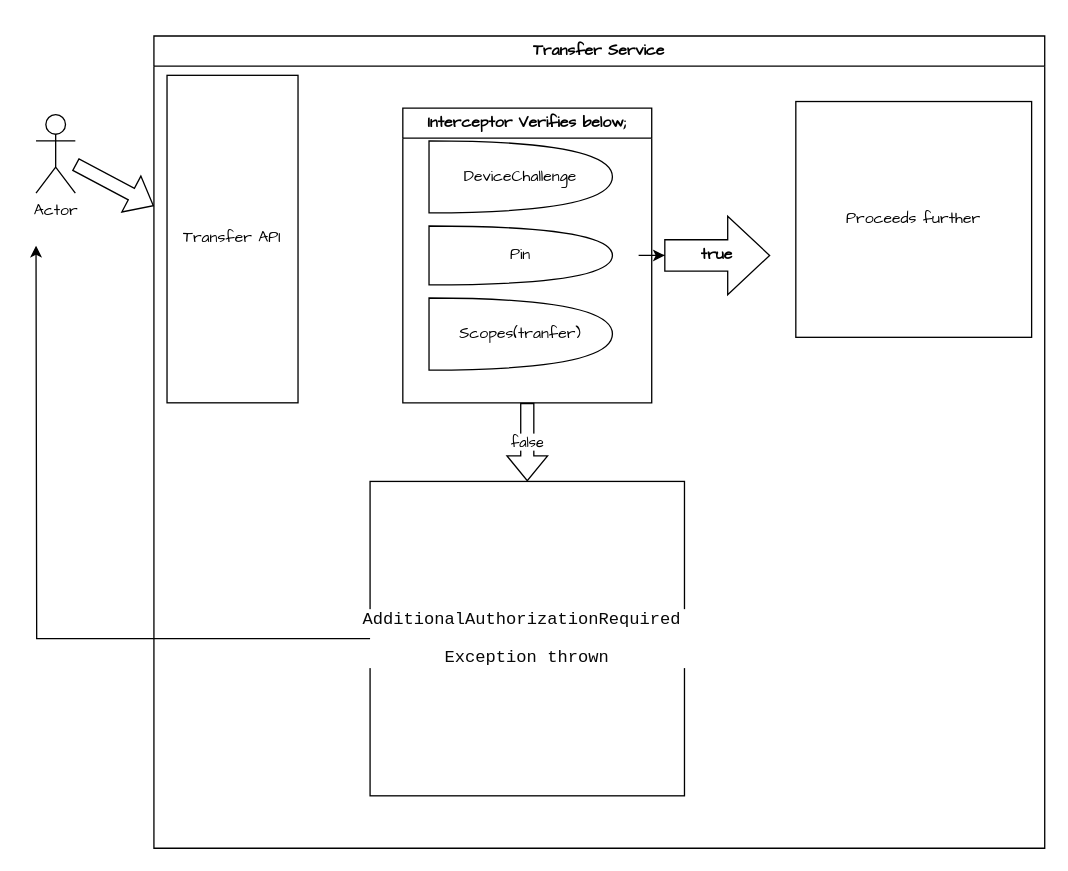
Earlier version of the draw.io diagram Untitled Diagram.drawio (naqashized/BooksApp). Source tidied: cells renumbered, new cells numbered last; positions are measured from the earlier drawing's top-left corner, leaving out a move shared by most shapes. Both pictures are drawn from the tidied source at 131%, with x=0, y=0 at pixel (35, 35).
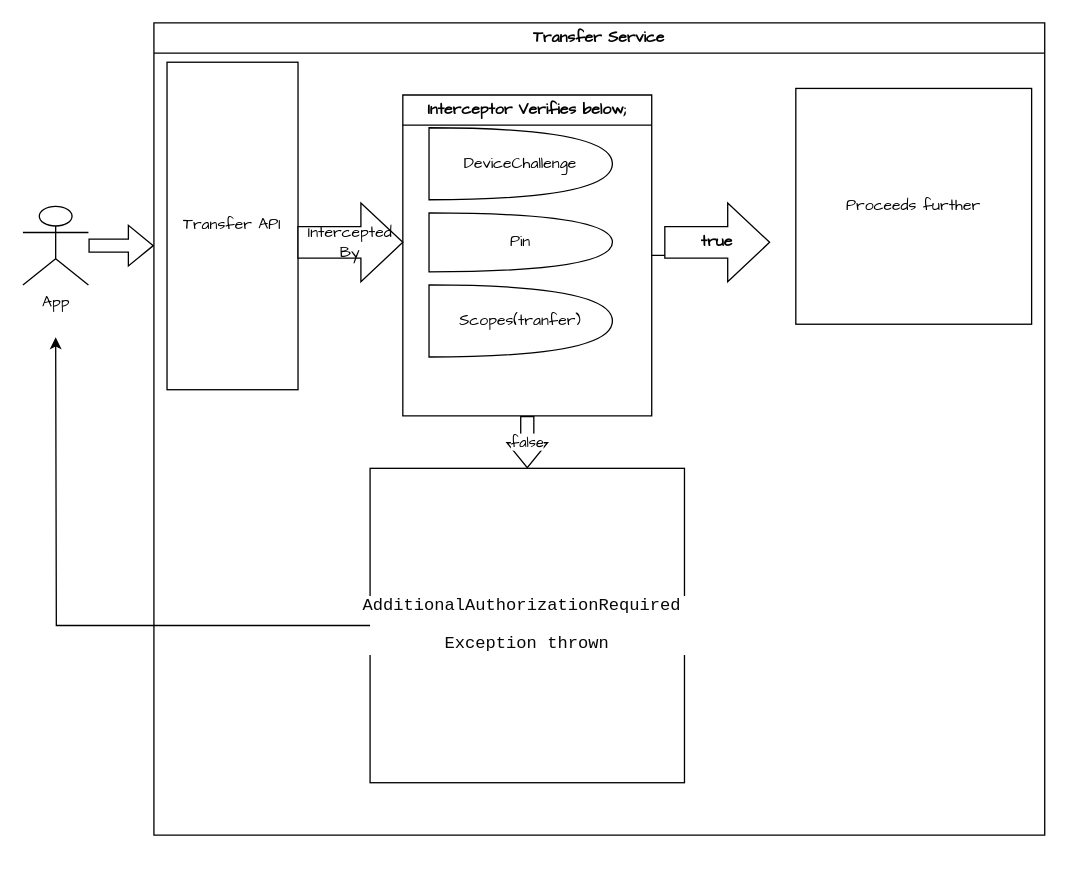
The same diagram, later.

Unchanged cells that the change refers to:
```xml
<mxCell id="14" value="&lt;pre style=&quot;background-color:#ffffff;color:#080808;font-family:'JetBrains Mono',monospace;font-size:9.8pt;&quot;&gt;&lt;pre style=&quot;font-family: &amp;quot;JetBrains Mono&amp;quot;, monospace; font-size: 9.8pt;&quot;&gt;AdditionalAuthorizationRequired &lt;/pre&gt;&lt;pre style=&quot;font-family: &amp;quot;JetBrains Mono&amp;quot;, monospace; font-size: 9.8pt;&quot;&gt;Exception thrown&lt;/pre&gt;&lt;/pre&gt;" style="whiteSpace=wrap;html=1;fontFamily=Comic Sans MS;" parent="4" vertex="1">
  <mxGeometry x="165" y="340" width="240" height="240" as="geometry" />
</mxCell>
```

Change to the diagram source:
```diff
@@
-    <mxCell id="2" value="Actor" style="shape=umlActor;verticalLabelPosition=bottom;verticalAlign=top;html=1;outlineConnect=0;fontFamily=Comic Sans MS;" parent="1" vertex="1">
-      <mxGeometry y="60" width="30" height="60" as="geometry" />
+    <mxCell id="2" value="App" style="shape=umlActor;verticalLabelPosition=bottom;verticalAlign=top;html=1;outlineConnect=0;fontFamily=Comic Sans MS;" parent="1" vertex="1">
+      <mxGeometry x="-10" y="130" width="50" height="60" as="geometry" />
     </mxCell>
-    <mxCell id="3" style="shape=flexArrow;endArrow=classic;html=1;rounded=0;fontFamily=Comic Sans MS;" parent="1" edge="1" source="2" target="4">
-      <mxGeometry relative="1" as="geometry" />
+    <mxCell id="3" style="shape=flexArrow;endArrow=classic;html=1;rounded=0;fontFamily=Comic Sans MS;" parent="1" edge="1" source="2">
+      <mxGeometry relative="1" as="geometry">
+        <mxPoint x="90" y="160" as="targetPoint" />
+      </mxGeometry>
     </mxCell>
     <mxCell id="4" value="Transfer Service" style="swimlane;whiteSpace=wrap;html=1;fontFamily=Comic Sans MS;" parent="1" vertex="1">
-      <mxGeometry x="90" width="680" height="620" as="geometry" />
+      <mxGeometry x="90" y="-10" width="680" height="620" as="geometry" />
     </mxCell>
@@
     <mxCell id="7" value="Interceptor Verifies below;" style="swimlane;whiteSpace=wrap;html=1;fontFamily=Comic Sans MS;" parent="4" vertex="1">
-      <mxGeometry x="190" y="55" width="190" height="225" as="geometry" />
+      <mxGeometry x="190" y="55" width="190" height="245" as="geometry" />
     </mxCell>
@@
+    <mxCell id="16" value="Intercepted By" style="shape=singleArrow;whiteSpace=wrap;html=1;arrowWidth=0.4;arrowSize=0.4;fontFamily=Comic Sans MS;" parent="4" vertex="1">
+      <mxGeometry x="110" y="137.5" width="80" height="60" as="geometry" />
+    </mxCell>
     <mxCell id="15" style="edgeStyle=orthogonalEdgeStyle;rounded=0;jettySize=auto;html=1;fontFamily=Comic Sans MS;" parent="1" edge="1" source="14">
       <mxGeometry relative="1" as="geometry">
-        <mxPoint y="160" as="targetPoint" />
+        <mxPoint x="15" y="230" as="targetPoint" />
       </mxGeometry>
     </mxCell>
+    <mxCell id="17" style="edgeStyle=orthogonalEdgeStyle;rounded=0;orthogonalLoop=1;jettySize=auto;html=1;fontFamily=Comic Sans MS;" parent="1" edge="1">
+      <mxGeometry relative="1" as="geometry">
+        <mxPoint x="280" y="155" as="sourcePoint" />
+        <mxPoint x="280" y="155" as="targetPoint" />
+      </mxGeometry>
+    </mxCell>
```
